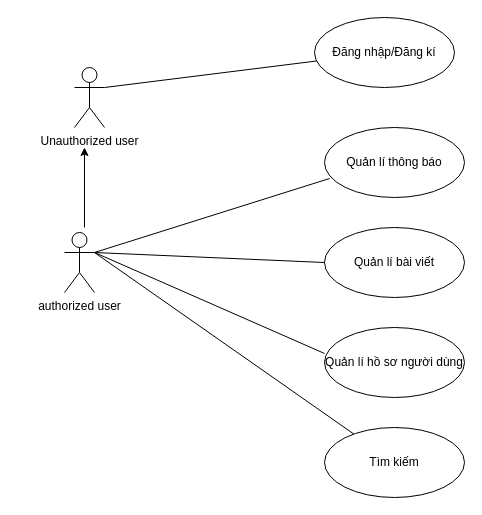
Above: page "uc-tổng quát" (1 of 6) of Untitled Diagram.drawio in lethanhdathust/chat_app (draw.io), before the change. Source tidied: cells renumbered, new cells numbered last; positions are measured from the earlier drawing's top-left corner, leaving out a move shared by most shapes. Both pictures are drawn from the tidied source at 100%, with x=0, y=0 at pixel (64, 17).
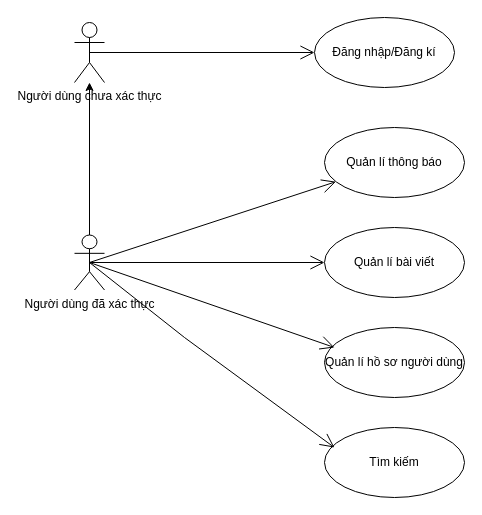
The same page after the edit.

The edit, as a diff of the source:
```diff
@@
 <mxGraphModel>
   <root>
     <mxCell id="0" />
     <mxCell id="1" parent="0" />
-    <mxCell id="2" value="Unauthorized user" style="shape=umlActor;verticalLabelPosition=bottom;verticalAlign=top;html=1;outlineConnect=0;" parent="1" vertex="1">
-      <mxGeometry x="10" y="50" width="30" height="60" as="geometry" />
+    <mxCell id="2" value="Người dùng chưa xác thực" style="shape=umlActor;verticalLabelPosition=bottom;verticalAlign=top;html=1;outlineConnect=0;" parent="1" vertex="1">
+      <mxGeometry x="10" y="5" width="30" height="60" as="geometry" />
     </mxCell>
-    <mxCell id="3" style="endArrow=none;html=1;rounded=0;exitX=1;exitY=0.3333333333333333;exitDx=0;exitDy=0;exitPerimeter=0;" parent="1" edge="1" source="2" target="4">
-      <mxGeometry relative="1" as="geometry" />
-    </mxCell>
     <mxCell id="4" value="Đăng nhập/Đăng kí" style="ellipse;whiteSpace=wrap;html=1;" parent="1" vertex="1">
       <mxGeometry x="250" width="140" height="70" as="geometry" />
     </mxCell>
     <mxCell id="5" value="Quản lí thông báo" style="ellipse;whiteSpace=wrap;html=1;" parent="1" vertex="1">
       <mxGeometry x="260" y="110" width="140" height="70" as="geometry" />
     </mxCell>
     <mxCell id="6" value="Quản lí bài viết" style="ellipse;whiteSpace=wrap;html=1;" parent="1" vertex="1">
       <mxGeometry x="260" y="210" width="140" height="70" as="geometry" />
     </mxCell>
     <mxCell id="7" value="Quản lí hồ sơ người dùng" style="ellipse;whiteSpace=wrap;html=1;" parent="1" vertex="1">
       <mxGeometry x="260" y="310" width="140" height="70" as="geometry" />
     </mxCell>
-    <mxCell id="8" value="authorized user" style="shape=umlActor;verticalLabelPosition=bottom;verticalAlign=top;html=1;outlineConnect=0;" parent="1" vertex="1">
-      <mxGeometry y="215" width="30" height="60" as="geometry" />
+    <mxCell id="8" value="Người dùng đã xác thực" style="shape=umlActor;verticalLabelPosition=bottom;verticalAlign=top;html=1;outlineConnect=0;" parent="1" vertex="1">
+      <mxGeometry x="10" y="217.5" width="30" height="55" as="geometry" />
     </mxCell>
+    <mxCell id="12" value="Tìm kiếm" style="ellipse;whiteSpace=wrap;html=1;" parent="1" vertex="1">
+      <mxGeometry x="260" y="410" width="140" height="70" as="geometry" />
+    </mxCell>
+    <mxCell id="14" style="endArrow=classic;html=1;rounded=0;exitX=0.5;exitY=0;exitDx=0;exitDy=0;exitPerimeter=0;" parent="1" edge="1" source="8" target="2">
+      <mxGeometry relative="1" as="geometry" />
+    </mxCell>
-    <mxCell id="9" style="endArrow=none;html=1;rounded=0;exitX=1;exitY=0.3333333333333333;exitDx=0;exitDy=0;exitPerimeter=0;entryX=0.036;entryY=0.729;entryDx=0;entryDy=0;entryPerimeter=0;" parent="1" edge="1" source="8" target="5">
+    <mxCell id="9" style="endArrow=open;endFill=1;endSize=12;html=1;rounded=0;exitX=0.5;exitY=0.5;exitDx=0;exitDy=0;exitPerimeter=0;" parent="1" edge="1" source="8" target="5">
       <mxGeometry relative="1" as="geometry" />
     </mxCell>
-    <mxCell id="10" style="endArrow=none;html=1;rounded=0;exitX=1;exitY=0.3333333333333333;exitDx=0;exitDy=0;exitPerimeter=0;entryX=0;entryY=0.5;entryDx=0;entryDy=0;" parent="1" edge="1" source="8" target="6">
+    <mxCell id="10" style="endArrow=open;endFill=1;endSize=12;html=1;rounded=0;entryX=0;entryY=0.5;entryDx=0;entryDy=0;exitX=0.5;exitY=0.5;exitDx=0;exitDy=0;exitPerimeter=0;" parent="1" edge="1" source="8" target="6">
       <mxGeometry relative="1" as="geometry" />
     </mxCell>
-    <mxCell id="11" style="endArrow=none;html=1;rounded=0;exitX=1;exitY=0.3333333333333333;exitDx=0;exitDy=0;exitPerimeter=0;entryX=0;entryY=0.371;entryDx=0;entryDy=0;entryPerimeter=0;" parent="1" edge="1" source="8" target="7">
-      <mxGeometry relative="1" as="geometry" />
-    </mxCell>
-    <mxCell id="12" value="Tìm kiếm" style="ellipse;whiteSpace=wrap;html=1;" parent="1" vertex="1">
-      <mxGeometry x="260" y="410" width="140" height="70" as="geometry" />
-    </mxCell>
+    <mxCell id="15" style="endArrow=open;endFill=1;endSize=12;html=1;rounded=0;exitX=0.5;exitY=0.5;exitDx=0;exitDy=0;exitPerimeter=0;" parent="1" edge="1" source="8">
+      <mxGeometry relative="1" as="geometry">
+        <mxPoint x="270" y="330" as="targetPoint" />
+      </mxGeometry>
+    </mxCell>
-    <mxCell id="13" style="endArrow=none;html=1;rounded=0;exitX=1;exitY=0.3333333333333333;exitDx=0;exitDy=0;exitPerimeter=0;" parent="1" edge="1" source="8" target="12">
-      <mxGeometry relative="1" as="geometry" />
+    <mxCell id="13" style="endArrow=open;endFill=1;endSize=12;html=1;rounded=0;entryX=0.071;entryY=0.286;entryDx=0;entryDy=0;entryPerimeter=0;exitX=0.5;exitY=0.5;exitDx=0;exitDy=0;exitPerimeter=0;" parent="1" edge="1" source="8" target="12">
+      <mxGeometry relative="1" as="geometry">
+        <Array as="points">
+          <mxPoint x="120" y="320" />
+        </Array>
+      </mxGeometry>
     </mxCell>
-    <mxCell id="14" style="endArrow=classic;html=1;rounded=0;" parent="1" edge="1">
-      <mxGeometry relative="1" as="geometry">
-        <mxPoint x="20" y="210" as="sourcePoint" />
-        <mxPoint x="20" y="130" as="targetPoint" />
-      </mxGeometry>
-    </mxCell>
+    <mxCell id="3" style="endArrow=open;endFill=1;endSize=12;html=1;rounded=0;entryX=0;entryY=0.5;entryDx=0;entryDy=0;exitX=0.5;exitY=0.5;exitDx=0;exitDy=0;exitPerimeter=0;" parent="1" edge="1" source="2" target="4">
+      <mxGeometry relative="1" as="geometry" />
+    </mxCell>
   </root>
 </mxGraphModel>
```
